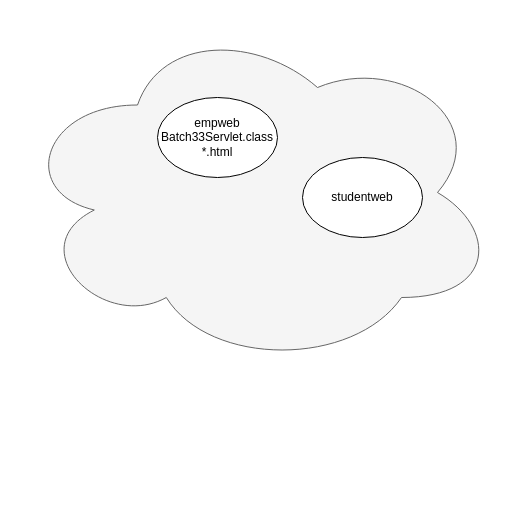
jayramrout/batch33 keeps this draw.io diagram as page "Webapp-2" (13 of 14) of batch33.drawio. Above is the earlier version. Source tidied: cells renumbered, new cells numbered last; positions are measured from the earlier drawing's top-left corner, leaving out a move shared by most shapes. Both pictures are drawn from the tidied source at 100%, with x=0, y=0 at pixel (17, 17).
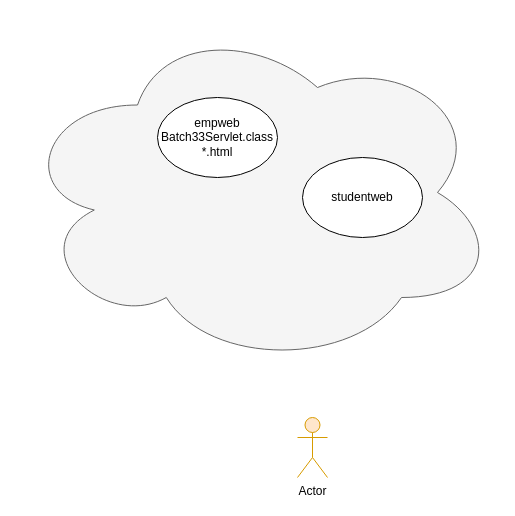
The same page after the edit.

Diff of the diagram source:
```diff
@@
 <mxGraphModel>
   <root>
     <mxCell id="0" />
     <mxCell id="1" parent="0" />
     <mxCell id="2" style="ellipse;shape=cloud;whiteSpace=wrap;html=1;fillColor=#f5f5f5;strokeColor=#666666;fontColor=#333333;" parent="1" vertex="1">
       <mxGeometry width="480" height="350" as="geometry" />
     </mxCell>
     <mxCell id="3" value="empweb&lt;br&gt;Batch33Servlet.class&lt;br&gt;*.html" style="ellipse;whiteSpace=wrap;html=1;" parent="1" vertex="1">
       <mxGeometry x="140" y="80" width="120" height="80" as="geometry" />
     </mxCell>
     <mxCell id="4" value="studentweb" style="ellipse;whiteSpace=wrap;html=1;" parent="1" vertex="1">
       <mxGeometry x="285" y="140" width="120" height="80" as="geometry" />
     </mxCell>
+    <mxCell id="5" value="Actor" style="shape=umlActor;verticalLabelPosition=bottom;labelBackgroundColor=#ffffff;verticalAlign=top;html=1;fillColor=#ffe6cc;strokeColor=#d79b00;" parent="1" vertex="1">
+      <mxGeometry x="280" y="400" width="30" height="60" as="geometry" />
+    </mxCell>
   </root>
 </mxGraphModel>
```
